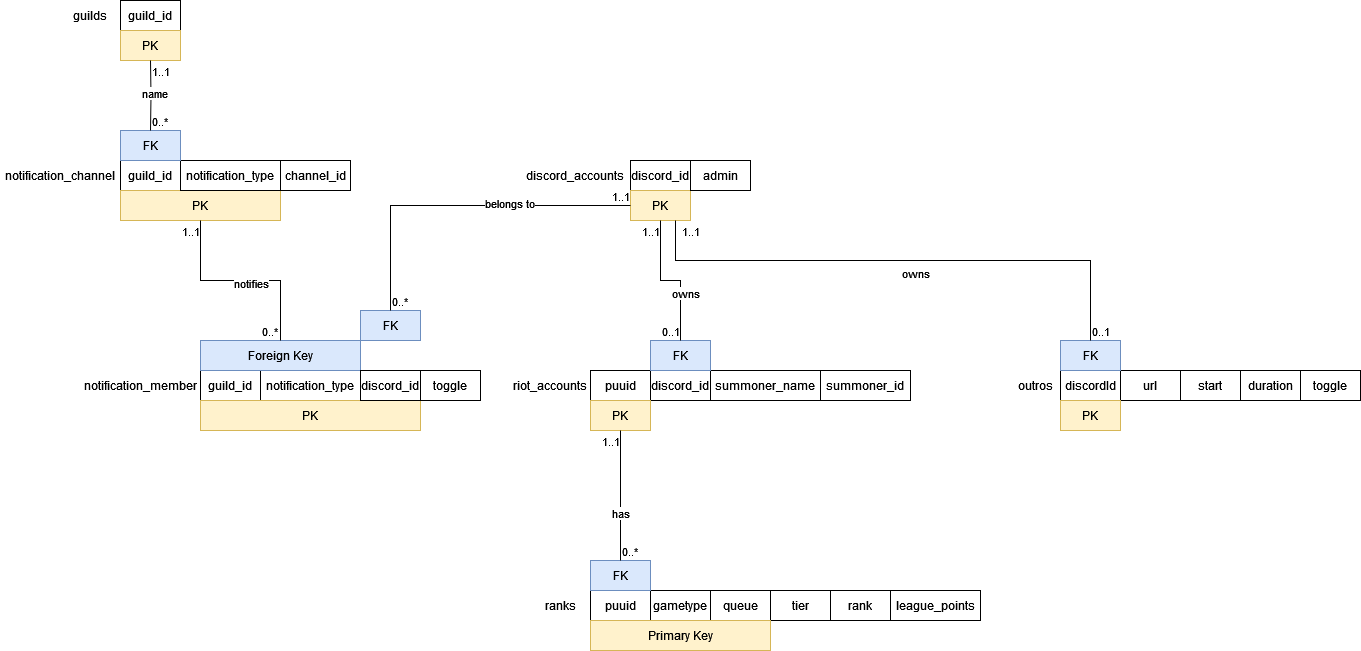
Above: documentation/Relational Database Structure.drawio.png in nathan-lai-engineering/discord-bot (draw.io), before the change. Source tidied: cells renumbered, new cells last; positions are measured from the earlier drawing's top-left corner, leaving out a move shared by most shapes.
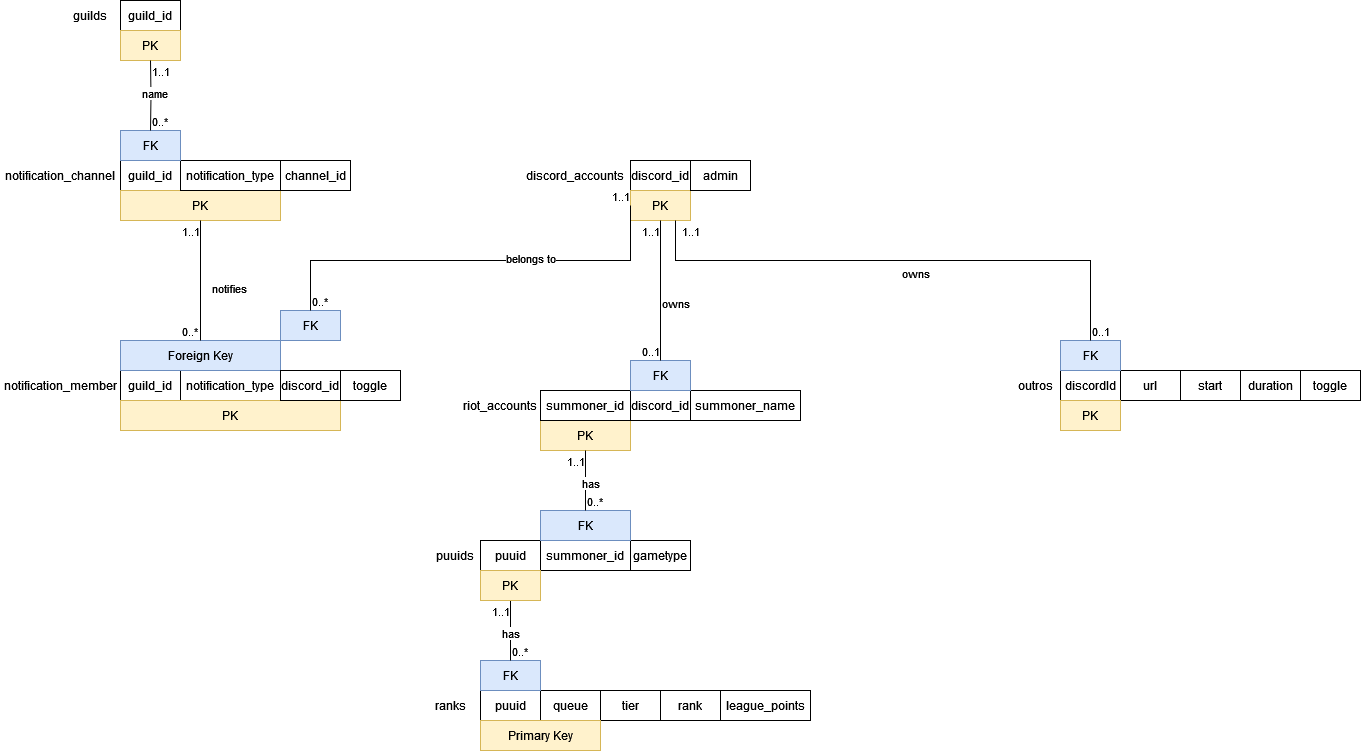
Later version of the same file.

Commit message:
database rework

What changed in the source:
```diff
@@ -24,52 +24,49 @@
       <mxGeometry x="1060" y="400" width="60" height="30" as="geometry" />
     </mxCell>
     <mxCell id="9" value="riot_accounts" style="text;html=1;strokeColor=none;fillColor=none;align=center;verticalAlign=middle;whiteSpace=wrap;rounded=0;" parent="1" vertex="1">
-      <mxGeometry x="510" y="370" width="80" height="30" as="geometry" />
+      <mxGeometry x="460" y="390" width="80" height="30" as="geometry" />
     </mxCell>
     <mxCell id="10" value="discord_id" style="text;html=1;strokeColor=default;fillColor=none;align=center;verticalAlign=middle;whiteSpace=wrap;rounded=0;" parent="1" vertex="1">
-      <mxGeometry x="650" y="370" width="60" height="30" as="geometry" />
+      <mxGeometry x="630" y="390" width="60" height="30" as="geometry" />
     </mxCell>
     <mxCell id="11" value="puuid" style="text;html=1;strokeColor=default;fillColor=none;align=center;verticalAlign=middle;whiteSpace=wrap;rounded=0;" parent="1" vertex="1">
-      <mxGeometry x="590" y="370" width="60" height="30" as="geometry" />
+      <mxGeometry x="480" y="540" width="60" height="30" as="geometry" />
     </mxCell>
     <mxCell id="12" value="PK" style="text;html=1;strokeColor=#d6b656;fillColor=#fff2cc;align=center;verticalAlign=middle;whiteSpace=wrap;rounded=0;" parent="1" vertex="1">
-      <mxGeometry x="590" y="400" width="60" height="30" as="geometry" />
+      <mxGeometry x="540" y="420" width="90" height="30" as="geometry" />
     </mxCell>
     <mxCell id="13" value="ranks" style="text;html=1;strokeColor=none;fillColor=none;align=center;verticalAlign=middle;whiteSpace=wrap;rounded=0;" parent="1" vertex="1">
-      <mxGeometry x="530" y="590" width="60" height="30" as="geometry" />
+      <mxGeometry x="420" y="690" width="60" height="30" as="geometry" />
     </mxCell>
     <mxCell id="14" value="puuid" style="text;html=1;strokeColor=default;fillColor=none;align=center;verticalAlign=middle;whiteSpace=wrap;rounded=0;" parent="1" vertex="1">
-      <mxGeometry x="590" y="590" width="60" height="30" as="geometry" />
+      <mxGeometry x="480" y="690" width="60" height="30" as="geometry" />
     </mxCell>
     <mxCell id="15" value="tier" style="text;html=1;strokeColor=default;fillColor=none;align=center;verticalAlign=middle;whiteSpace=wrap;rounded=0;" parent="1" vertex="1">
-      <mxGeometry x="770" y="590" width="60" height="30" as="geometry" />
+      <mxGeometry x="600" y="690" width="60" height="30" as="geometry" />
     </mxCell>
     <mxCell id="16" value="queue" style="text;html=1;strokeColor=default;fillColor=none;align=center;verticalAlign=middle;whiteSpace=wrap;rounded=0;" parent="1" vertex="1">
-      <mxGeometry x="710" y="590" width="60" height="30" as="geometry" />
+      <mxGeometry x="540" y="690" width="60" height="30" as="geometry" />
     </mxCell>
-    <mxCell id="17" value="gametype" style="text;html=1;strokeColor=default;fillColor=none;align=center;verticalAlign=middle;whiteSpace=wrap;rounded=0;" parent="1" vertex="1">
-      <mxGeometry x="650" y="590" width="60" height="30" as="geometry" />
-    </mxCell>
     <mxCell id="18" value="&lt;div&gt;rank&lt;/div&gt;" style="text;html=1;strokeColor=default;fillColor=none;align=center;verticalAlign=middle;whiteSpace=wrap;rounded=0;" parent="1" vertex="1">
-      <mxGeometry x="830" y="590" width="60" height="30" as="geometry" />
+      <mxGeometry x="660" y="690" width="60" height="30" as="geometry" />
     </mxCell>
     <mxCell id="19" value="Primary Key" style="text;html=1;strokeColor=#d6b656;fillColor=#fff2cc;align=center;verticalAlign=middle;whiteSpace=wrap;rounded=0;" parent="1" vertex="1">
-      <mxGeometry x="590" y="620" width="180" height="30" as="geometry" />
+      <mxGeometry x="480" y="720" width="120" height="30" as="geometry" />
     </mxCell>
     <mxCell id="20" value="league_points" style="text;html=1;strokeColor=default;fillColor=none;align=center;verticalAlign=middle;whiteSpace=wrap;rounded=0;" parent="1" vertex="1">
-      <mxGeometry x="890" y="590" width="90" height="30" as="geometry" />
+      <mxGeometry x="720" y="690" width="90" height="30" as="geometry" />
     </mxCell>
     <mxCell id="21" value="FK" style="text;html=1;strokeColor=#6c8ebf;fillColor=#dae8fc;align=center;verticalAlign=middle;whiteSpace=wrap;rounded=0;" parent="1" vertex="1">
-      <mxGeometry x="590" y="560" width="60" height="30" as="geometry" />
+      <mxGeometry x="480" y="660" width="60" height="30" as="geometry" />
     </mxCell>
     <mxCell id="22" value="summoner_name" style="text;html=1;strokeColor=default;fillColor=none;align=center;verticalAlign=middle;whiteSpace=wrap;rounded=0;" parent="1" vertex="1">
-      <mxGeometry x="710" y="370" width="110" height="30" as="geometry" />
+      <mxGeometry x="690" y="390" width="110" height="30" as="geometry" />
     </mxCell>
     <mxCell id="23" value="summoner_id" style="text;html=1;strokeColor=default;fillColor=none;align=center;verticalAlign=middle;whiteSpace=wrap;rounded=0;" parent="1" vertex="1">
-      <mxGeometry x="820" y="370" width="90" height="30" as="geometry" />
+      <mxGeometry x="540" y="390" width="90" height="30" as="geometry" />
     </mxCell>
     <mxCell id="24" value="FK" style="text;html=1;strokeColor=#6c8ebf;fillColor=#dae8fc;align=center;verticalAlign=middle;whiteSpace=wrap;rounded=0;" parent="1" vertex="1">
-      <mxGeometry x="650" y="340" width="60" height="30" as="geometry" />
+      <mxGeometry x="630" y="360" width="60" height="30" as="geometry" />
     </mxCell>
     <mxCell id="25" value="discord_id" style="text;html=1;strokeColor=default;fillColor=none;align=center;verticalAlign=middle;whiteSpace=wrap;rounded=0;" parent="1" vertex="1">
       <mxGeometry x="630" y="160" width="60" height="30" as="geometry" />
@@ -91,8 +88,8 @@
         <mxPoint x="-20" y="20" as="offset" />
       </mxGeometry>
     </mxCell>
-    <mxCell id="31" value="has" style="endArrow=none;endFill=0;html=1;edgeStyle=orthogonalEdgeStyle;align=left;verticalAlign=top;rounded=0;exitX=0.5;exitY=1;exitDx=0;exitDy=0;entryX=0.5;entryY=0;entryDx=0;entryDy=0;" parent="1" edge="1" source="12" target="21">
-      <mxGeometry x="0.08" y="-10" relative="1" as="geometry" />
+    <mxCell id="31" value="has" style="endArrow=none;endFill=0;html=1;edgeStyle=orthogonalEdgeStyle;align=left;verticalAlign=top;rounded=0;entryX=0.5;entryY=0;entryDx=0;entryDy=0;exitX=0.5;exitY=1;exitDx=0;exitDy=0;" parent="1" edge="1" source="66" target="21">
+      <mxGeometry x="-0.33" y="-10" relative="1" as="geometry" />
     </mxCell>
     <mxCell id="32" value="1..1" style="edgeLabel;html=1;align=left;verticalAlign=bottom;" parent="31" vertex="1">
       <mxGeometry x="-1" relative="1" as="geometry">
@@ -150,28 +147,28 @@
       </mxGeometry>
     </mxCell>
     <mxCell id="46" value="notification_member" style="text;html=1;strokeColor=none;fillColor=none;align=center;verticalAlign=middle;whiteSpace=wrap;rounded=0;" parent="1" vertex="1">
-      <mxGeometry x="80" y="370" width="120" height="30" as="geometry" />
+      <mxGeometry y="370" width="120" height="30" as="geometry" />
     </mxCell>
     <mxCell id="47" value="channel_id" style="text;html=1;strokeColor=default;fillColor=none;align=center;verticalAlign=middle;whiteSpace=wrap;rounded=0;" parent="1" vertex="1">
       <mxGeometry x="280" y="160" width="70" height="30" as="geometry" />
     </mxCell>
     <mxCell id="48" value="toggle" style="text;html=1;strokeColor=default;fillColor=none;align=center;verticalAlign=middle;whiteSpace=wrap;rounded=0;" parent="1" vertex="1">
-      <mxGeometry x="420" y="370" width="60" height="30" as="geometry" />
+      <mxGeometry x="340" y="370" width="60" height="30" as="geometry" />
     </mxCell>
     <mxCell id="49" value="guild_id" style="text;html=1;strokeColor=default;fillColor=none;align=center;verticalAlign=middle;whiteSpace=wrap;rounded=0;" parent="1" vertex="1">
-      <mxGeometry x="200" y="370" width="60" height="30" as="geometry" />
+      <mxGeometry x="120" y="370" width="60" height="30" as="geometry" />
     </mxCell>
     <mxCell id="50" value="notification_type" style="text;html=1;strokeColor=default;fillColor=none;align=center;verticalAlign=middle;whiteSpace=wrap;rounded=0;" parent="1" vertex="1">
-      <mxGeometry x="260" y="370" width="100" height="30" as="geometry" />
+      <mxGeometry x="180" y="370" width="100" height="30" as="geometry" />
     </mxCell>
     <mxCell id="51" value="FK" style="text;html=1;strokeColor=#6c8ebf;fillColor=#dae8fc;align=center;verticalAlign=middle;whiteSpace=wrap;rounded=0;" parent="1" vertex="1">
-      <mxGeometry x="360" y="310" width="60" height="30" as="geometry" />
+      <mxGeometry x="280" y="310" width="60" height="30" as="geometry" />
     </mxCell>
     <mxCell id="52" value="Foreign Key" style="text;html=1;strokeColor=#6c8ebf;fillColor=#dae8fc;align=center;verticalAlign=middle;whiteSpace=wrap;rounded=0;" parent="1" vertex="1">
-      <mxGeometry x="200" y="340" width="160" height="30" as="geometry" />
+      <mxGeometry x="120" y="340" width="160" height="30" as="geometry" />
     </mxCell>
     <mxCell id="53" value="PK" style="text;html=1;strokeColor=#d6b656;fillColor=#fff2cc;align=center;verticalAlign=middle;whiteSpace=wrap;rounded=0;" parent="1" vertex="1">
-      <mxGeometry x="200" y="400" width="220" height="30" as="geometry" />
+      <mxGeometry x="120" y="400" width="220" height="30" as="geometry" />
     </mxCell>
     <mxCell id="54" value="notifies" style="endArrow=none;endFill=0;html=1;edgeStyle=orthogonalEdgeStyle;align=left;verticalAlign=top;rounded=0;entryX=0.5;entryY=0;entryDx=0;entryDy=0;exitX=0.5;exitY=1;exitDx=0;exitDy=0;" parent="1" edge="1" source="41" target="52">
       <mxGeometry x="-0.08" y="10" relative="1" as="geometry" />
@@ -182,7 +179,12 @@
       </mxGeometry>
     </mxCell>
     <mxCell id="56" value="belongs to" style="endArrow=none;endFill=0;html=1;edgeStyle=orthogonalEdgeStyle;align=left;verticalAlign=top;rounded=0;exitX=0;exitY=0.5;exitDx=0;exitDy=0;entryX=0.5;entryY=0;entryDx=0;entryDy=0;" parent="1" edge="1" source="27" target="51">
-      <mxGeometry x="-0.15" y="-15" relative="1" as="geometry" />
+      <mxGeometry x="-0.15" y="-15" relative="1" as="geometry">
+        <Array as="points">
+          <mxPoint x="630" y="260" />
+          <mxPoint x="310" y="260" />
+        </Array>
+      </mxGeometry>
     </mxCell>
     <mxCell id="57" value="1..1" style="edgeLabel;html=1;align=left;verticalAlign=bottom;" parent="56" vertex="1">
       <mxGeometry x="-1" relative="1" as="geometry">
@@ -190,25 +192,51 @@
       </mxGeometry>
     </mxCell>
     <mxCell id="58" value="0..*" style="edgeLabel;html=1;align=left;verticalAlign=bottom;" parent="1" vertex="1">
-      <mxGeometry x="390" y="310" as="geometry" />
+      <mxGeometry x="310" y="310" as="geometry" />
     </mxCell>
     <mxCell id="59" value="0..*" style="edgeLabel;html=1;align=left;verticalAlign=bottom;" parent="1" vertex="1">
-      <mxGeometry x="260" y="340" as="geometry" />
+      <mxGeometry x="180" y="340" as="geometry" />
     </mxCell>
     <mxCell id="60" value="0..1" style="edgeLabel;html=1;align=left;verticalAlign=bottom;" parent="1" vertex="1">
-      <mxGeometry x="660" y="340" as="geometry" />
+      <mxGeometry x="640" y="360" as="geometry" />
     </mxCell>
     <mxCell id="61" value="0..1" style="edgeLabel;html=1;align=left;verticalAlign=bottom;" parent="1" vertex="1">
       <mxGeometry x="1090" y="340" as="geometry" />
     </mxCell>
     <mxCell id="62" value="0..*" style="edgeLabel;html=1;align=left;verticalAlign=bottom;" parent="1" vertex="1">
-      <mxGeometry x="620" y="560" as="geometry" />
+      <mxGeometry x="510" y="660" as="geometry" />
     </mxCell>
     <mxCell id="63" value="0..*" style="edgeLabel;html=1;align=left;verticalAlign=bottom;" parent="1" vertex="1">
       <mxGeometry x="150" y="130" as="geometry" />
     </mxCell>
     <mxCell id="64" value="discord_id" style="text;html=1;strokeColor=default;fillColor=none;align=center;verticalAlign=middle;whiteSpace=wrap;rounded=0;" parent="1" vertex="1">
-      <mxGeometry x="360" y="370" width="60" height="30" as="geometry" />
+      <mxGeometry x="280" y="370" width="60" height="30" as="geometry" />
     </mxCell>
+    <mxCell id="17" value="gametype" style="text;html=1;strokeColor=default;fillColor=none;align=center;verticalAlign=middle;whiteSpace=wrap;rounded=0;" parent="1" vertex="1">
+      <mxGeometry x="630" y="540" width="60" height="30" as="geometry" />
+    </mxCell>
+    <mxCell id="65" value="summoner_id" style="text;html=1;strokeColor=default;fillColor=none;align=center;verticalAlign=middle;whiteSpace=wrap;rounded=0;" parent="1" vertex="1">
+      <mxGeometry x="540" y="540" width="90" height="30" as="geometry" />
+    </mxCell>
+    <mxCell id="66" value="PK" style="text;html=1;strokeColor=#d6b656;fillColor=#fff2cc;align=center;verticalAlign=middle;whiteSpace=wrap;rounded=0;" parent="1" vertex="1">
+      <mxGeometry x="480" y="570" width="60" height="30" as="geometry" />
+    </mxCell>
+    <mxCell id="67" value="puuids" style="text;html=1;strokeColor=none;fillColor=none;align=center;verticalAlign=middle;whiteSpace=wrap;rounded=0;" parent="1" vertex="1">
+      <mxGeometry x="430" y="540" width="50" height="30" as="geometry" />
+    </mxCell>
+    <mxCell id="68" value="FK" style="text;html=1;strokeColor=#6c8ebf;fillColor=#dae8fc;align=center;verticalAlign=middle;whiteSpace=wrap;rounded=0;" parent="1" vertex="1">
+      <mxGeometry x="540" y="510" width="90" height="30" as="geometry" />
+    </mxCell>
+    <mxCell id="69" value="has" style="endArrow=none;endFill=0;html=1;edgeStyle=orthogonalEdgeStyle;align=left;verticalAlign=top;rounded=0;exitX=0.5;exitY=1;exitDx=0;exitDy=0;entryX=0.5;entryY=0;entryDx=0;entryDy=0;" parent="1" edge="1" source="12" target="68">
+      <mxGeometry x="-0.33" y="-5" relative="1" as="geometry" />
+    </mxCell>
+    <mxCell id="70" value="1..1" style="edgeLabel;html=1;align=left;verticalAlign=bottom;" parent="69" vertex="1">
+      <mxGeometry x="-1" relative="1" as="geometry">
+        <mxPoint x="-20" y="20" as="offset" />
+      </mxGeometry>
+    </mxCell>
+    <mxCell id="71" value="0..*" style="edgeLabel;html=1;align=left;verticalAlign=bottom;" parent="1" vertex="1">
+      <mxGeometry x="585" y="510" as="geometry" />
+    </mxCell>
   </root>
 </mxGraphModel>
```
